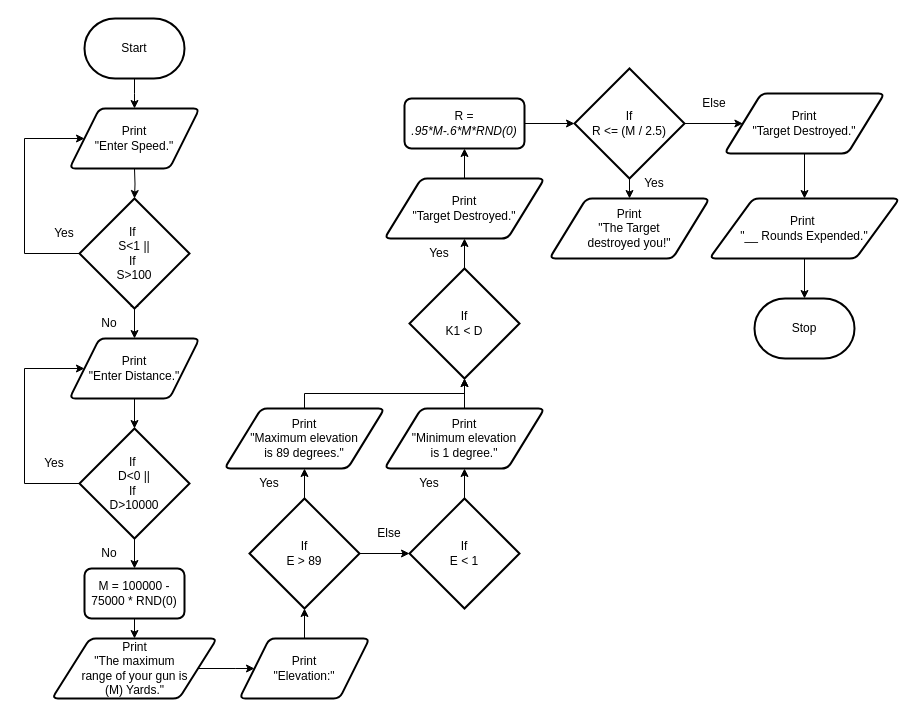
Earlier version of the draw.io diagram flowchart.drawio (mitchell-hill/ICS4U-Assignment1-BASIC). Source tidied: cells renumbered, new cells numbered last; positions are measured from the earlier drawing's top-left corner, leaving out a move shared by most shapes. Both pictures are drawn from the tidied source at 100%, with x=0, y=0 at pixel (24, 18).
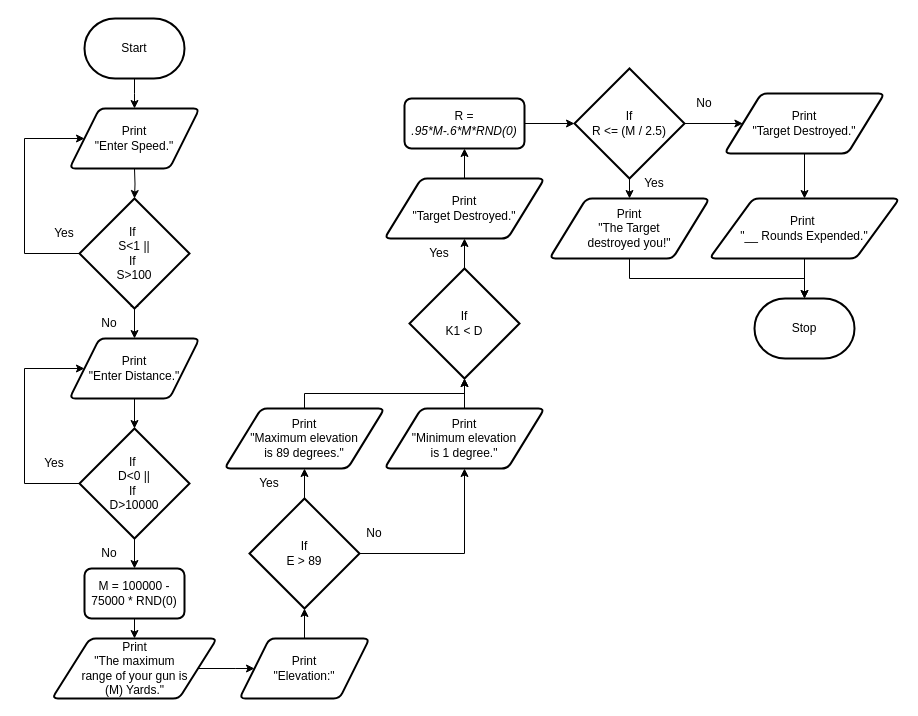
Above is the later version.

Commit message (it also covers changes not shown here):
Fixed GUNER1 program flowchart and topdown

Unchanged cells that the change refers to:
```xml
<mxCell id="27" value="If&lt;br&gt;E &amp;gt; 89" style="strokeWidth=2;html=1;shape=mxgraph.flowchart.decision;whiteSpace=wrap;" parent="1" vertex="1">
  <mxGeometry x="225" y="480" width="110" height="110" as="geometry" />
</mxCell>
<mxCell id="34" value="Print&lt;br&gt;&quot;Minimum elevation&lt;br&gt;is 1 degree.&quot;" style="shape=parallelogram;html=1;strokeWidth=2;perimeter=parallelogramPerimeter;whiteSpace=wrap;rounded=1;arcSize=12;size=0.23;" parent="1" vertex="1">
  <mxGeometry x="360" y="390" width="160" height="60" as="geometry" />
</mxCell>
<mxCell id="47" value="Print&lt;br&gt;&quot;The Target &lt;br&gt;destroyed you!&quot;" style="shape=parallelogram;html=1;strokeWidth=2;perimeter=parallelogramPerimeter;whiteSpace=wrap;rounded=1;arcSize=12;size=0.23;" parent="1" vertex="1">
  <mxGeometry x="525" y="180" width="160" height="60" as="geometry" />
</mxCell>
<mxCell id="52" value="Stop" style="strokeWidth=2;html=1;shape=mxgraph.flowchart.terminator;whiteSpace=wrap;" parent="1" vertex="1">
  <mxGeometry x="730" y="280" width="100" height="60" as="geometry" />
</mxCell>
```

Change to the diagram source:
```diff
@@
-    <mxCell id="26" style="edgeStyle=orthogonalEdgeStyle;rounded=0;html=1;exitX=1;exitY=0.5;exitDx=0;exitDy=0;exitPerimeter=0;entryX=0;entryY=0.5;entryDx=0;entryDy=0;entryPerimeter=0;" parent="1" edge="1" source="27" target="32">
-      <mxGeometry relative="1" as="geometry" />
-    </mxCell>
+    <mxCell id="55" style="edgeStyle=orthogonalEdgeStyle;rounded=0;html=1;exitX=1;exitY=0.5;exitDx=0;exitDy=0;exitPerimeter=0;entryX=0.5;entryY=1;entryDx=0;entryDy=0;" parent="1" edge="1" source="27" target="34">
+      <mxGeometry relative="1" as="geometry" />
+    </mxCell>
@@
-    <mxCell id="31" style="edgeStyle=orthogonalEdgeStyle;rounded=0;html=1;exitX=0.5;exitY=0;exitDx=0;exitDy=0;exitPerimeter=0;entryX=0.5;entryY=1;entryDx=0;entryDy=0;" parent="1" edge="1" source="32" target="34">
-      <mxGeometry relative="1" as="geometry" />
-    </mxCell>
-    <mxCell id="32" value="If&lt;br&gt;E &amp;lt; 1" style="strokeWidth=2;html=1;shape=mxgraph.flowchart.decision;whiteSpace=wrap;" parent="1" vertex="1">
-      <mxGeometry x="385" y="480" width="110" height="110" as="geometry" />
-    </mxCell>
@@
-    <mxCell id="35" value="Yes" style="text;html=1;strokeColor=none;fillColor=none;align=center;verticalAlign=middle;whiteSpace=wrap;rounded=0;" parent="1" vertex="1">
-      <mxGeometry x="375" y="450" width="60" height="30" as="geometry" />
-    </mxCell>
-    <mxCell id="36" value="Else" style="text;html=1;strokeColor=none;fillColor=none;align=center;verticalAlign=middle;whiteSpace=wrap;rounded=0;" parent="1" vertex="1">
-      <mxGeometry x="335" y="500" width="60" height="30" as="geometry" />
+    <mxCell id="36" value="No" style="text;html=1;strokeColor=none;fillColor=none;align=center;verticalAlign=middle;whiteSpace=wrap;rounded=0;" parent="1" vertex="1">
+      <mxGeometry x="320" y="500" width="60" height="30" as="geometry" />
     </mxCell>
@@
+    <mxCell id="56" style="edgeStyle=orthogonalEdgeStyle;html=1;exitX=0.5;exitY=1;exitDx=0;exitDy=0;entryX=0.5;entryY=0;entryDx=0;entryDy=0;entryPerimeter=0;rounded=0;" parent="1" edge="1" source="47" target="52">
+      <mxGeometry relative="1" as="geometry" />
+    </mxCell>
@@
-    <mxCell id="51" value="Else" style="text;html=1;strokeColor=none;fillColor=none;align=center;verticalAlign=middle;whiteSpace=wrap;rounded=0;" parent="1" vertex="1">
-      <mxGeometry x="660" y="70" width="60" height="30" as="geometry" />
-    </mxCell>
@@
+    <mxCell id="57" value="No" style="text;html=1;strokeColor=none;fillColor=none;align=center;verticalAlign=middle;whiteSpace=wrap;rounded=0;" parent="1" vertex="1">
+      <mxGeometry x="650" y="70" width="60" height="30" as="geometry" />
+    </mxCell>
```
